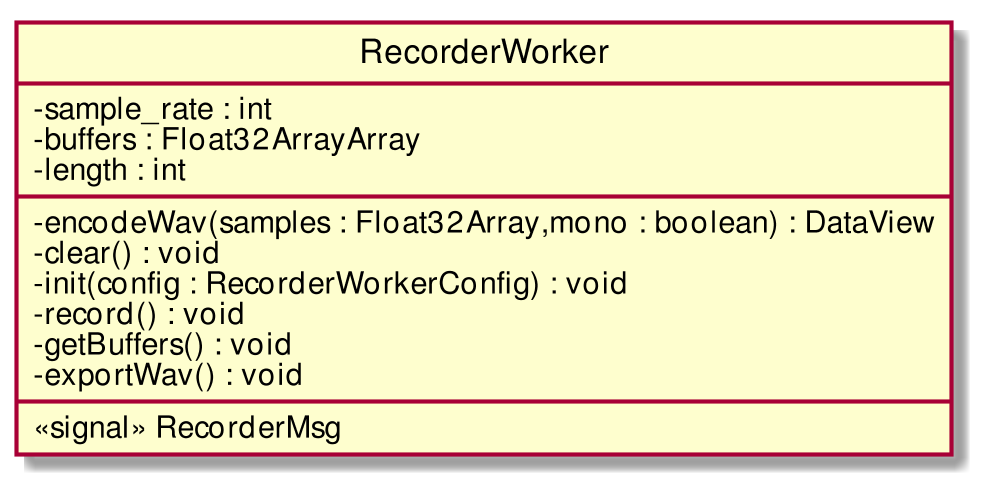
CoCodeSWE/Docs keeps this PlantUML diagram as RP/Esterni/DefinizioneDiProdotto/images/ClassRecorderWorker.png. Above is the earlier version.
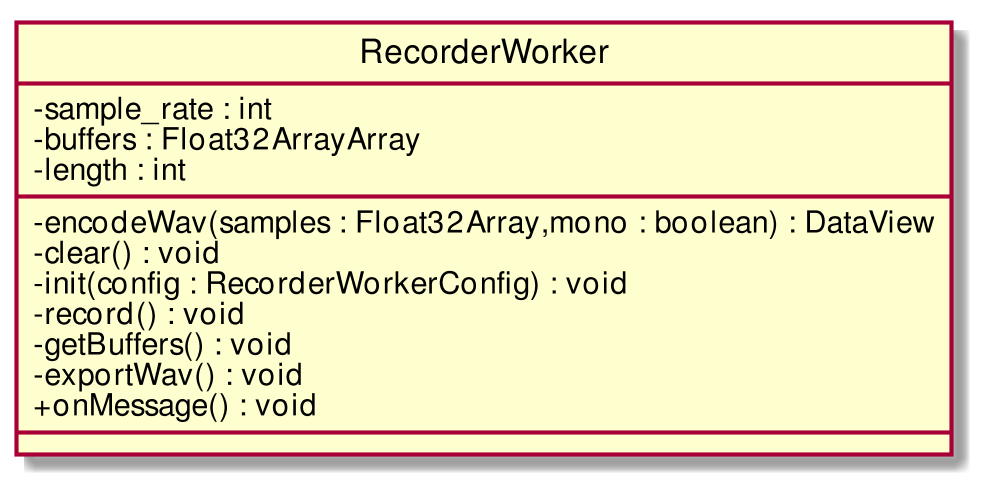
After the change.

Change to the diagram source:
```diff
@@ -12,8 +12,9 @@
 - record() : void
 - getBuffers() : void
 - exportWav() : void
++ onMessage() : void
 __
-<<signal>> RecorderMsg
+
 }
 hide circle
 @enduml
```
